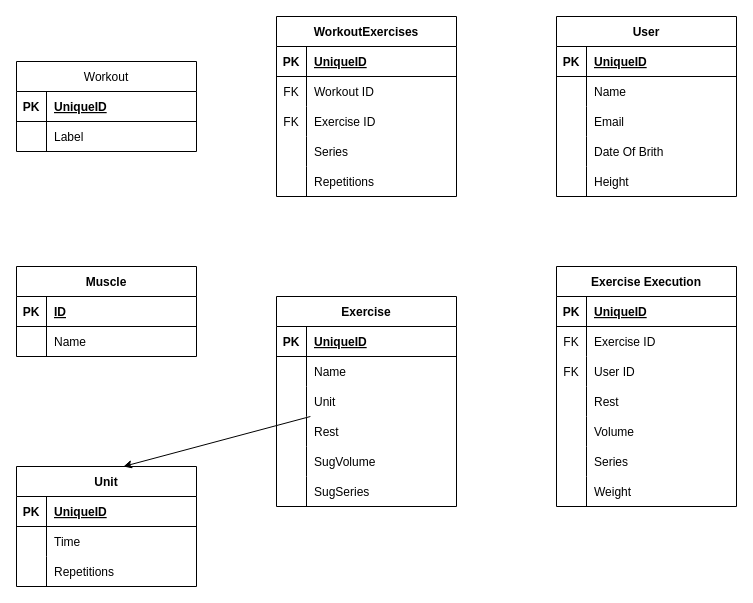
The draw.io diagram docs/schema.drawio in viniciuSquare/alpha_fitness-backend, before the edit. Source tidied: cells renumbered, new cells numbered last; positions are measured from the earlier drawing's top-left corner, leaving out a move shared by most shapes. Both pictures are drawn from the tidied source at 100%, with x=0, y=0 at pixel (16, 16).
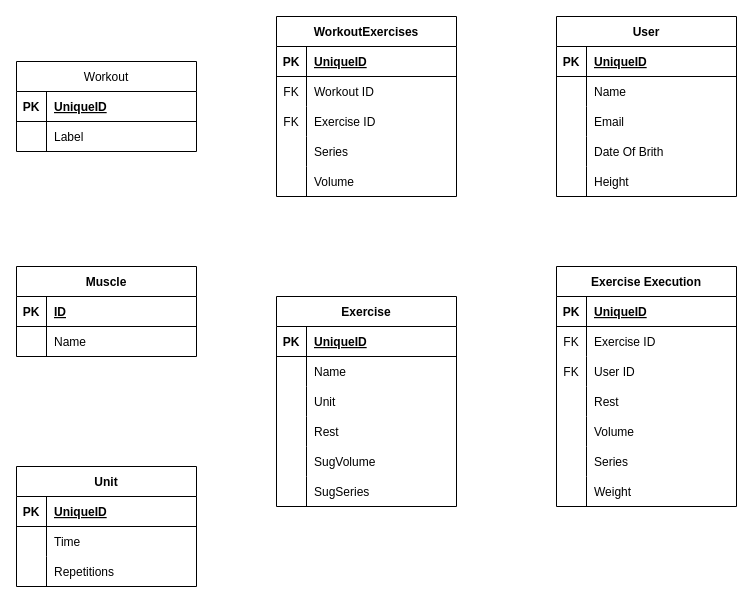
Above is the later version.

Commit message (it also covers changes not shown here):
models schema/ updated prisma schema and created seed

The change refers to these unchanged cells:
```xml
<mxCell id="16" style="shape=tableRow;horizontal=0;startSize=0;swimlaneHead=0;swimlaneBody=0;fillColor=none;points=[[0,0.5],[1,0.5]];portConstraint=eastwest;top=0;left=0;right=0;bottom=0;" parent="9" vertex="1">
  <mxGeometry y="90" width="180" height="30" as="geometry" />
</mxCell>
<mxCell id="86" style="shape=tableRow;horizontal=0;startSize=0;swimlaneHead=0;swimlaneBody=0;fillColor=none;top=0;left=0;right=0;bottom=0;" parent="73" vertex="1">
  <mxGeometry y="150" width="180" height="30" as="geometry" />
</mxCell>
<mxCell id="89" value="Unit" style="shape=table;startSize=30;childLayout=tableLayout;rowLines=0;fontStyle=1;align=center;" parent="1" vertex="1">
  <mxGeometry y="450" width="180" height="120" as="geometry" />
</mxCell>
```

Diff of the diagram source:
```diff
@@
-    <mxCell id="88" value="Repetitions" style="shape=partialRectangle;fillColor=none;top=0;left=0;bottom=0;right=0;align=left;spacingLeft=6;overflow=hidden;" parent="86" vertex="1">
+    <mxCell id="88" value="Volume" style="shape=partialRectangle;fillColor=none;top=0;left=0;bottom=0;right=0;align=left;spacingLeft=6;overflow=hidden;" parent="86" vertex="1">
       <mxGeometry x="30" width="150" height="30" as="geometry" />
     </mxCell>
@@
-    <mxCell id="99" style="edgeStyle=none;html=1;entryX=0.594;entryY=0;entryDx=0;entryDy=0;entryPerimeter=0;" parent="1" edge="1" source="16" target="89">
-      <mxGeometry relative="1" as="geometry" />
-    </mxCell>
```
